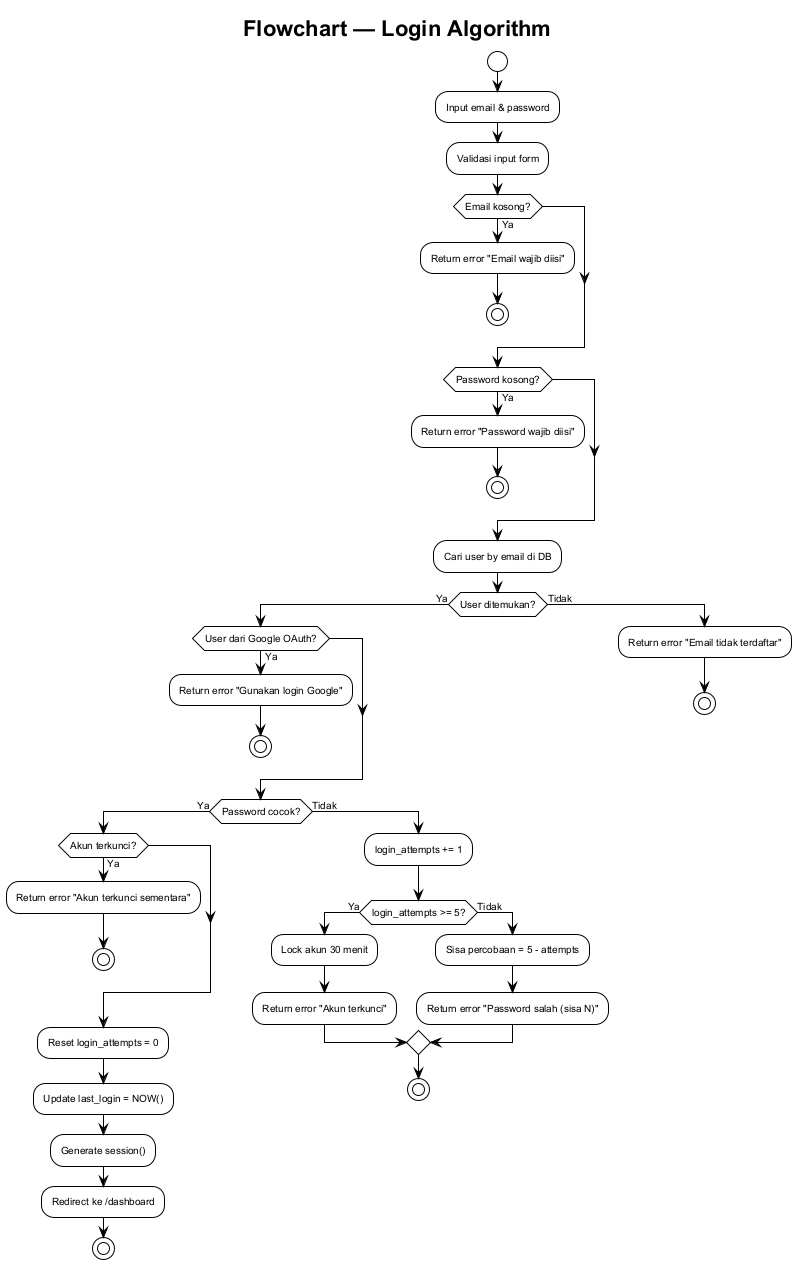
Before: diagrams/flowchart/flowchart-login.png, a diagram exported from PlantUML (riandafatur28/sidigas-gaji-sopir-truck).
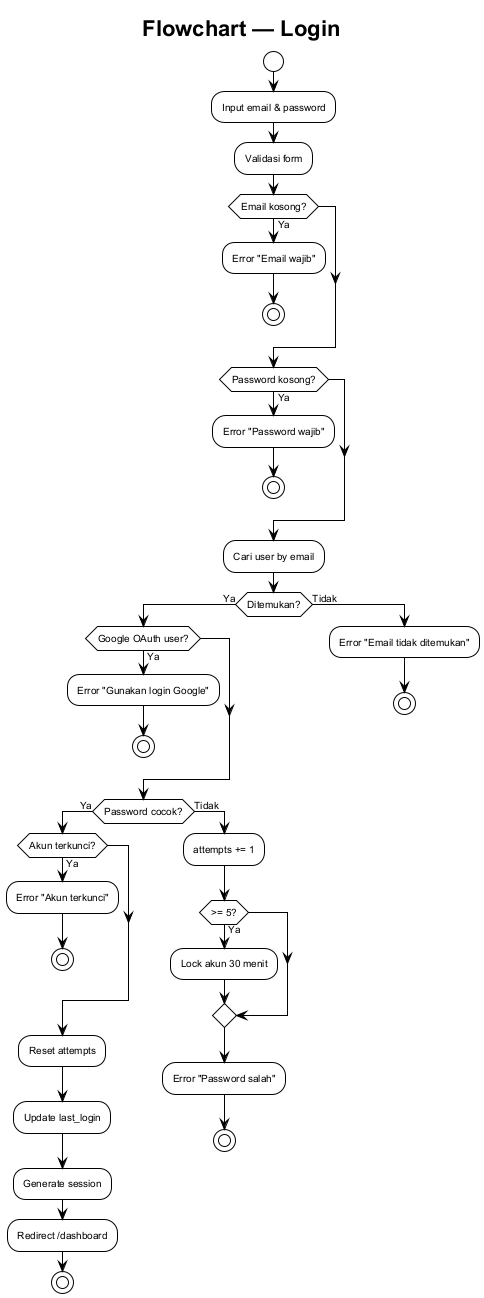
The same file after the commit.

What changed in the source:
```diff
@@ -3,54 +3,47 @@
 skinparam backgroundColor #ffffff
 skinparam defaultFontSize 10
 skinparam defaultFontName Arial
-skinparam diamondBackgroundColor #FFF9C4
 
-title Flowchart — Login Algorithm
+title Flowchart — Login
 
 start
-
 :Input email & password;
-
-:Validasi input form;
+:Validasi form;
 if (Email kosong?) then (Ya)
-  :Return error "Email wajib diisi";
+  :Error "Email wajib";
   stop
 endif
 if (Password kosong?) then (Ya)
-  :Return error "Password wajib diisi";
+  :Error "Password wajib";
   stop
 endif
 
-:Cari user by email di DB;
-
-if (User ditemukan?) then (Ya)
-  if (User dari Google OAuth?) then (Ya)
-    :Return error "Gunakan login Google";
+:Cari user by email;
+if (Ditemukan?) then (Ya)
+  if (Google OAuth user?) then (Ya)
+    :Error "Gunakan login Google";
     stop
   endif
   if (Password cocok?) then (Ya)
     if (Akun terkunci?) then (Ya)
-      :Return error "Akun terkunci sementara";
+      :Error "Akun terkunci";
       stop
     endif
-    :Reset login_attempts = 0;
-    :Update last_login = NOW();
-    :Generate session();
-    :Redirect ke /dashboard;
+    :Reset attempts;
+    :Update last_login;
+    :Generate session;
+    :Redirect /dashboard;
     stop
   else (Tidak)
-    :login_attempts += 1;
-    if (login_attempts >= 5?) then (Ya)
+    :attempts += 1;
+    if (>= 5?) then (Ya)
       :Lock akun 30 menit;
-      :Return error "Akun terkunci";
-    else (Tidak)
-      :Sisa percobaan = 5 - attempts;
-      :Return error "Password salah (sisa N)";
     endif
+    :Error "Password salah";
     stop
   endif
 else (Tidak)
-  :Return error "Email tidak terdaftar";
+  :Error "Email tidak ditemukan";
   stop
 endif
 
```
